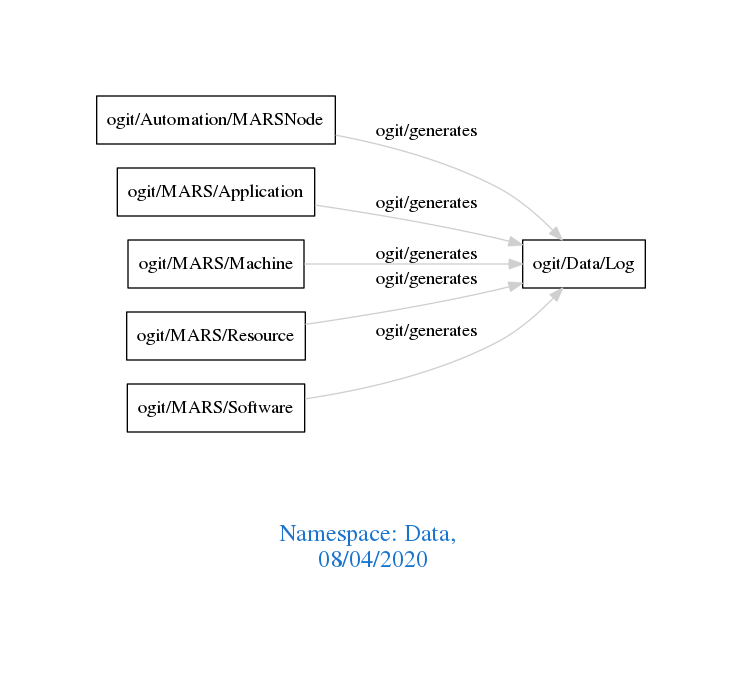
The Graphviz diagram downloads/Data.png in arago/OGIT, before a commit. Its source is kept beside it as downloads/Data.dot.
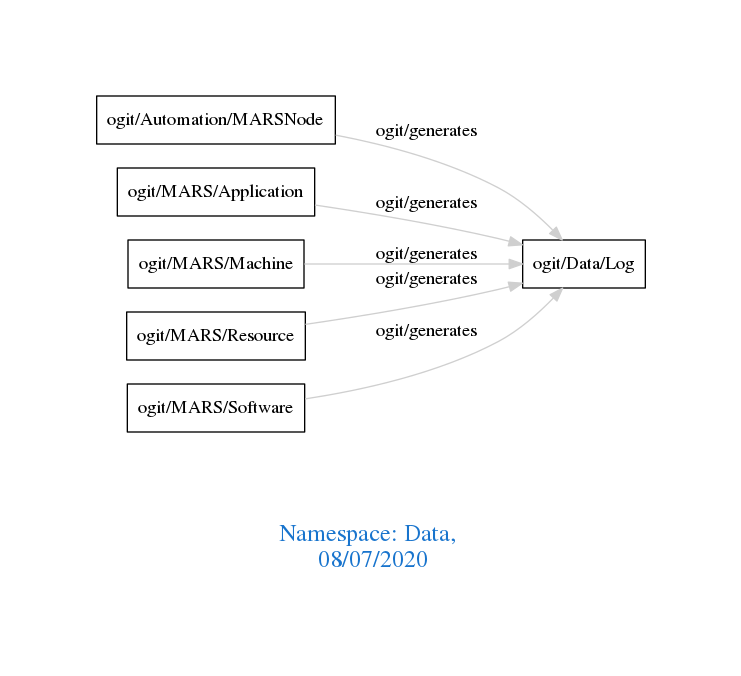
The same file after the commit.

What changed in the source:
```diff
@@ -1,7 +1,7 @@
 digraph OGIT_ontology {
  graph [ rankdir= LR,pad=1
 fontsize = 18,
-fontcolor= dodgerblue3,label = "\n\n\nNamespace: Data, \n 08/04/2020"];
+fontcolor= dodgerblue3,label = "\n\n\nNamespace: Data, \n 08/07/2020"];
 node[shape=polygon];
 edge [  color="gray81"];
 
```
